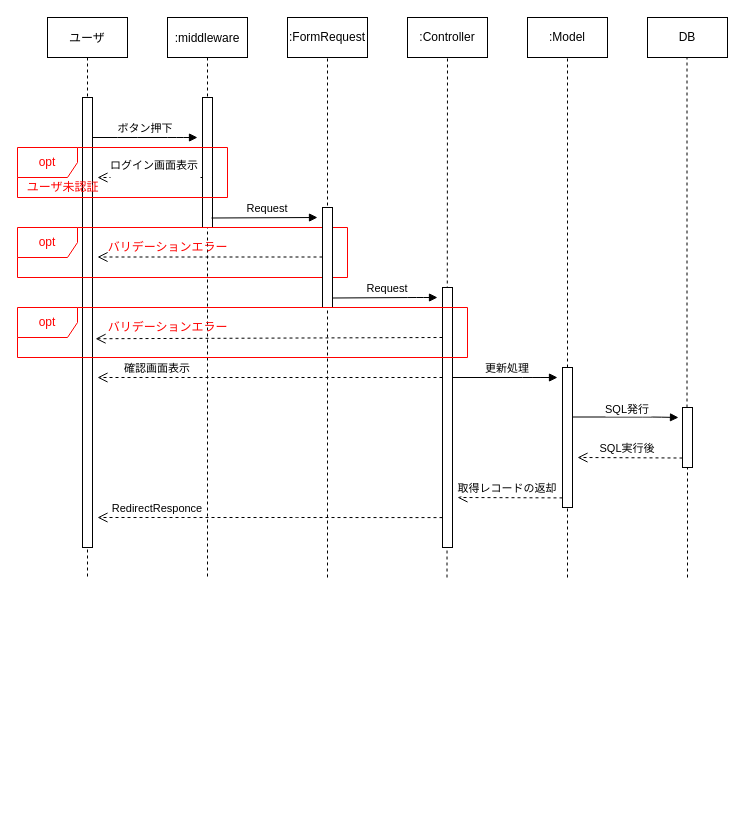
Earlier version of the draw.io diagram Untitled Diagram.drawio (OmaeHiroki/gizlog-Sequence). Source tidied: cells renumbered, new cells numbered last; positions are measured from the earlier drawing's top-left corner, leaving out a move shared by most shapes. Both pictures are drawn from the tidied source at 100%, with x=0, y=0 at pixel (17, 17).
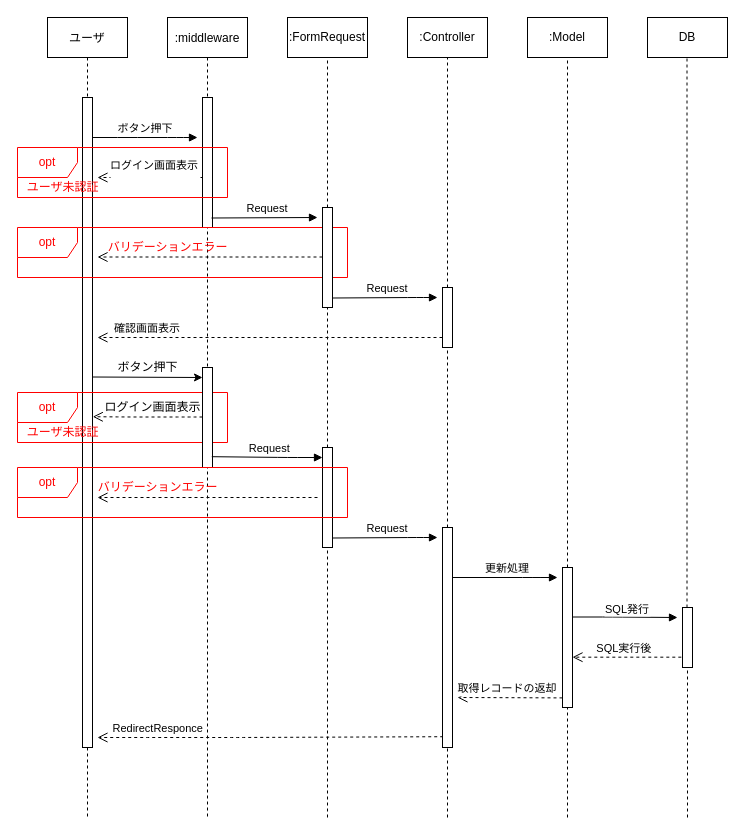
The same page after the edit.

The change refers to these unchanged cells:
```xml
<mxCell id="11" value=":FormRequest" style="rounded=0;whiteSpace=wrap;html=1;" parent="1" vertex="1">
  <mxGeometry x="270" width="80" height="40" as="geometry" />
</mxCell>
<mxCell id="12" value=":Controller" style="rounded=0;whiteSpace=wrap;html=1;" parent="1" vertex="1">
  <mxGeometry x="390" width="80" height="40" as="geometry" />
</mxCell>
```

Diff of the diagram source:
```diff
@@
     <mxCell id="2" value="ユーザ" style="shape=umlLifeline;perimeter=lifelinePerimeter;rounded=0;shadow=0;strokeWidth=1;" parent="1" vertex="1">
-      <mxGeometry x="30" width="80" height="560" as="geometry" />
+      <mxGeometry x="30" width="80" height="800" as="geometry" />
     </mxCell>
     <mxCell id="3" style="points=[];perimeter=orthogonalPerimeter;rounded=0;shadow=0;strokeWidth=1;" parent="2" vertex="1">
-      <mxGeometry x="35" y="80" width="10" height="450" as="geometry" />
+      <mxGeometry x="35" y="80" width="10" height="650" as="geometry" />
     </mxCell>
+    <mxCell id="38" value="&lt;font color=&quot;#ff0000&quot;&gt;ユーザ未認証&lt;/font&gt;" style="text;html=1;align=center;verticalAlign=middle;fillColor=none;strokeColor=none;rounded=0;shadow=0;" parent="2" vertex="1">
+      <mxGeometry x="-30" y="405" width="90" height="20" as="geometry" />
+    </mxCell>
+    <mxCell id="39" value="&lt;font color=&quot;#ff0000&quot;&gt;opt&lt;/font&gt;" style="shape=umlFrame;whiteSpace=wrap;html=1;strokeColor=#FF0000;shadow=0;" parent="2" vertex="1">
+      <mxGeometry x="-30" y="375" width="210" height="50" as="geometry" />
+    </mxCell>
     <mxCell id="4" value=":middleware" style="shape=umlLifeline;perimeter=lifelinePerimeter;rounded=0;shadow=0;strokeWidth=1;" parent="1" vertex="1">
-      <mxGeometry x="150" width="80" height="560" as="geometry" />
+      <mxGeometry x="150" width="80" height="800" as="geometry" />
     </mxCell>
+    <mxCell id="40" style="points=[];perimeter=orthogonalPerimeter;rounded=0;shadow=0;strokeWidth=1;" parent="4" vertex="1">
+      <mxGeometry x="35" y="350" width="10" height="100" as="geometry" />
+    </mxCell>
@@
+    <mxCell id="37" value="バリデーションエラー" style="text;html=1;align=center;verticalAlign=middle;points=[];fillColor=none;strokeColor=none;rounded=0;shadow=0;fontFamily=Helvetica;fontSize=12;fontColor=#FF0000;" parent="4" vertex="1">
+      <mxGeometry x="-80" y="460" width="140" height="20" as="geometry" />
+    </mxCell>
+    <mxCell id="41" style="points=[];perimeter=orthogonalPerimeter;rounded=0;shadow=0;strokeWidth=1;" parent="4" vertex="1">
+      <mxGeometry x="155" y="430" width="10" height="100" as="geometry" />
+    </mxCell>
+    <mxCell id="42" style="endArrow=classic;html=1;rounded=0;fontFamily=Helvetica;fontSize=12;fontColor=#FF0000;strokeColor=#000000;exitX=1.024;exitY=0.43;exitDx=0;exitDy=0;exitPerimeter=0;" parent="4" edge="1" source="3">
+      <mxGeometry relative="1" as="geometry">
+        <mxPoint x="35" y="360" as="targetPoint" />
+      </mxGeometry>
+    </mxCell>
+    <mxCell id="43" style="verticalAlign=bottom;endArrow=open;dashed=1;endSize=8;shadow=0;strokeWidth=1;entryX=-0.043;entryY=0.96;entryDx=0;entryDy=0;entryPerimeter=0;" parent="4" edge="1" target="49">
+      <mxGeometry x="0.24" y="240" relative="1" as="geometry">
+        <mxPoint x="35" y="399.5" as="sourcePoint" />
+        <Array as="points">
+          <mxPoint x="20" y="399.5" />
+          <mxPoint x="-40" y="399.5" />
+        </Array>
+      </mxGeometry>
+    </mxCell>
+    <mxCell id="44" value="Request" style="verticalAlign=bottom;endArrow=block;shadow=0;strokeWidth=1;exitX=0.929;exitY=0.892;exitDx=0;exitDy=0;exitPerimeter=0;" parent="4" edge="1" source="40" target="41">
+      <mxGeometry x="0.05" relative="1" as="geometry">
+        <Array as="points">
+          <mxPoint x="120" y="440" />
+        </Array>
+      </mxGeometry>
+    </mxCell>
+    <mxCell id="35" value="&lt;font color=&quot;#ff0000&quot;&gt;opt&lt;/font&gt;" style="shape=umlFrame;whiteSpace=wrap;html=1;fillColor=#FFFFFF;strokeColor=#FF0000;" parent="4" vertex="1">
+      <mxGeometry x="-150" y="450" width="330" height="50" as="geometry" />
+    </mxCell>
@@
-    <mxCell id="15" style="endArrow=none;dashed=1;html=1;rounded=0;entryX=0.5;entryY=1;entryDx=0;entryDy=0;" parent="1" edge="1" target="11">
-      <mxGeometry relative="1" as="geometry">
-        <mxPoint x="310" y="560" as="sourcePoint" />
-      </mxGeometry>
+    <mxCell id="15" style="endArrow=none;dashed=1;html=1;rounded=0;entryX=0.5;entryY=1;entryDx=0;entryDy=0;startArrow=none;" parent="1" edge="1" source="41" target="11">
+      <mxGeometry relative="1" as="geometry" />
     </mxCell>
@@
-    <mxCell id="17" style="endArrow=none;dashed=1;html=1;rounded=0;entryX=0.5;entryY=1;entryDx=0;entryDy=0;" parent="1" edge="1" target="12">
-      <mxGeometry relative="1" as="geometry">
-        <mxPoint x="429.5" y="560" as="sourcePoint" />
-      </mxGeometry>
+    <mxCell id="17" style="endArrow=none;dashed=1;html=1;rounded=0;entryX=0.5;entryY=1;entryDx=0;entryDy=0;startArrow=none;" parent="1" edge="1" source="50" target="12">
+      <mxGeometry relative="1" as="geometry" />
     </mxCell>
@@
     <mxCell id="23" style="points=[];perimeter=orthogonalPerimeter;rounded=0;shadow=0;strokeWidth=1;" parent="1" vertex="1">
-      <mxGeometry x="425" y="270" width="10" height="260" as="geometry" />
+      <mxGeometry x="425" y="270" width="10" height="60" as="geometry" />
     </mxCell>
     <mxCell id="24" value="更新処理" style="verticalAlign=bottom;endArrow=block;shadow=0;strokeWidth=1;" parent="1" edge="1">
       <mxGeometry x="0.05" relative="1" as="geometry">
-        <mxPoint x="435" y="360" as="sourcePoint" />
-        <mxPoint x="540" y="360" as="targetPoint" />
+        <mxPoint x="435" y="560" as="sourcePoint" />
+        <mxPoint x="540" y="560" as="targetPoint" />
         <Array as="points">
-          <mxPoint x="515" y="360" />
+          <mxPoint x="515" y="560" />
         </Array>
       </mxGeometry>
     </mxCell>
-    <mxCell id="25" value="SQL発行" style="verticalAlign=bottom;endArrow=block;shadow=0;strokeWidth=1;entryX=-0.4;entryY=0.105;entryDx=0;entryDy=0;entryPerimeter=0;" parent="1" edge="1">
+    <mxCell id="25" value="SQL発行" style="verticalAlign=bottom;endArrow=block;shadow=0;strokeWidth=1;" parent="1" edge="1">
       <mxGeometry x="0.04" relative="1" as="geometry">
-        <mxPoint x="555" y="399.5" as="sourcePoint" />
-        <mxPoint x="661" y="400" as="targetPoint" />
+        <mxPoint x="555" y="599.5" as="sourcePoint" />
+        <mxPoint x="660" y="600" as="targetPoint" />
         <Array as="points">
-          <mxPoint x="635" y="399.5" />
+          <mxPoint x="595" y="599.5" />
         </Array>
         <mxPoint y="1" as="offset" />
       </mxGeometry>
     </mxCell>
-    <mxCell id="26" value="RedirectResponce" style="verticalAlign=bottom;endArrow=open;dashed=1;endSize=8;shadow=0;strokeWidth=1;exitX=0;exitY=0.885;exitDx=0;exitDy=0;exitPerimeter=0;" parent="1" edge="1" source="23">
+    <mxCell id="26" value="RedirectResponce" style="verticalAlign=bottom;endArrow=open;dashed=1;endSize=8;shadow=0;strokeWidth=1;exitX=0.071;exitY=0.951;exitDx=0;exitDy=0;exitPerimeter=0;" parent="1" edge="1" source="50">
       <mxGeometry x="0.65" relative="1" as="geometry">
-        <mxPoint x="80" y="500" as="targetPoint" />
+        <mxPoint x="80" y="720" as="targetPoint" />
         <Array as="points">
-          <mxPoint x="270" y="500" />
+          <mxPoint x="220" y="720" />
+          <mxPoint x="140" y="720" />
         </Array>
       </mxGeometry>
     </mxCell>
     <mxCell id="27" style="points=[];perimeter=orthogonalPerimeter;rounded=0;shadow=0;strokeWidth=1;" parent="1" vertex="1">
-      <mxGeometry x="545" y="350" width="10" height="140" as="geometry" />
+      <mxGeometry x="545" y="550" width="10" height="140" as="geometry" />
     </mxCell>
     <mxCell id="28" style="endArrow=none;dashed=1;html=1;rounded=0;" parent="1" edge="1" target="27">
       <mxGeometry relative="1" as="geometry">
-        <mxPoint x="550" y="560" as="sourcePoint" />
+        <mxPoint x="550" y="800" as="sourcePoint" />
       </mxGeometry>
     </mxCell>
     <mxCell id="29" style="points=[];perimeter=orthogonalPerimeter;rounded=0;shadow=0;strokeWidth=1;" parent="1" vertex="1">
-      <mxGeometry x="665" y="390" width="10" height="60" as="geometry" />
+      <mxGeometry x="665" y="590" width="10" height="60" as="geometry" />
     </mxCell>
     <mxCell id="30" style="endArrow=none;dashed=1;html=1;rounded=0;entryX=0.5;entryY=1;entryDx=0;entryDy=0;startArrow=none;" parent="1" edge="1" target="29">
       <mxGeometry relative="1" as="geometry">
-        <mxPoint x="670" y="560" as="sourcePoint" />
+        <mxPoint x="670" y="800" as="sourcePoint" />
       </mxGeometry>
     </mxCell>
-    <mxCell id="31" value="SQL実行後" style="verticalAlign=bottom;endArrow=open;dashed=1;endSize=8;shadow=0;strokeWidth=1;exitX=0;exitY=0.842;exitDx=0;exitDy=0;exitPerimeter=0;" parent="1" edge="1" source="29">
-      <mxGeometry x="0.05" relative="1" as="geometry">
-        <mxPoint x="560" y="440" as="targetPoint" />
-      </mxGeometry>
+    <mxCell id="31" value="SQL実行後" style="verticalAlign=bottom;endArrow=open;dashed=1;endSize=8;shadow=0;strokeWidth=1;exitX=-0.119;exitY=0.828;exitDx=0;exitDy=0;exitPerimeter=0;" parent="1" edge="1" source="29" target="27">
+      <mxGeometry x="0.05" relative="1" as="geometry" />
     </mxCell>
     <mxCell id="32" value="取得レコードの返却" style="verticalAlign=bottom;endArrow=open;dashed=1;endSize=8;exitX=0;exitY=0.344;shadow=0;strokeWidth=1;exitDx=0;exitDy=0;exitPerimeter=0;" parent="1" edge="1">
       <mxGeometry x="0.05" relative="1" as="geometry">
-        <mxPoint x="545" y="480.4" as="sourcePoint" />
-        <mxPoint x="440" y="480" as="targetPoint" />
+        <mxPoint x="545" y="680.4" as="sourcePoint" />
+        <mxPoint x="440" y="680" as="targetPoint" />
       </mxGeometry>
     </mxCell>
@@
     <mxCell id="34" value="確認画面表示" style="verticalAlign=bottom;endArrow=open;dashed=1;endSize=8;exitX=0;exitY=0.95;shadow=0;strokeWidth=1;" parent="1" edge="1">
-      <mxGeometry x="0.65" relative="1" as="geometry">
-        <mxPoint x="425" y="360" as="sourcePoint" />
-        <mxPoint x="80" y="360" as="targetPoint" />
+      <mxGeometry x="0.71" relative="1" as="geometry">
+        <mxPoint x="425" y="320" as="sourcePoint" />
+        <mxPoint x="80" y="320" as="targetPoint" />
       </mxGeometry>
     </mxCell>
-    <mxCell id="35" value="&lt;font color=&quot;#ff0000&quot;&gt;opt&lt;/font&gt;" style="shape=umlFrame;whiteSpace=wrap;html=1;fillColor=#FFFFFF;strokeColor=#FF0000;" parent="1" vertex="1">
-      <mxGeometry y="290" width="450" height="50" as="geometry" />
-    </mxCell>
-    <mxCell id="36" style="verticalAlign=bottom;endArrow=open;dashed=1;endSize=8;shadow=0;strokeWidth=1;entryX=-0.014;entryY=1.062;entryDx=0;entryDy=0;entryPerimeter=0;" parent="1" edge="1" target="37">
-      <mxGeometry x="0.38" relative="1" as="geometry">
-        <mxPoint x="425" y="320" as="sourcePoint" />
-      </mxGeometry>
-    </mxCell>
-    <mxCell id="37" value="バリデーションエラー" style="text;html=1;align=center;verticalAlign=middle;points=[];fillColor=none;strokeColor=none;rounded=0;shadow=0;fontFamily=Helvetica;fontSize=12;fontColor=#FF0000;" parent="1" vertex="1">
-      <mxGeometry x="80" y="300" width="140" height="20" as="geometry" />
-    </mxCell>
+    <mxCell id="45" style="endArrow=none;dashed=1;html=1;rounded=0;entryX=0.5;entryY=1;entryDx=0;entryDy=0;" parent="1" edge="1" target="41">
+      <mxGeometry relative="1" as="geometry">
+        <mxPoint x="310" y="800" as="sourcePoint" />
+      </mxGeometry>
+    </mxCell>
+    <mxCell id="46" value="Request" style="verticalAlign=bottom;endArrow=block;shadow=0;strokeWidth=1;exitX=1;exitY=0.905;exitDx=0;exitDy=0;exitPerimeter=0;" parent="1" edge="1">
+      <mxGeometry x="0.05" relative="1" as="geometry">
+        <mxPoint x="315" y="520.5" as="sourcePoint" />
+        <mxPoint x="420" y="520" as="targetPoint" />
+        <Array as="points">
+          <mxPoint x="400" y="520" />
+        </Array>
+      </mxGeometry>
+    </mxCell>
+    <mxCell id="47" style="verticalAlign=bottom;endArrow=open;dashed=1;endSize=8;shadow=0;strokeWidth=1;" parent="1" edge="1">
+      <mxGeometry x="0.38" relative="1" as="geometry">
+        <mxPoint x="300" y="480" as="sourcePoint" />
+        <mxPoint x="80" y="480" as="targetPoint" />
+        <Array as="points">
+          <mxPoint x="160" y="480" />
+        </Array>
+      </mxGeometry>
+    </mxCell>
+    <mxCell id="48" value="&lt;font color=&quot;#000000&quot;&gt;ボタン押下&lt;/font&gt;" style="text;html=1;align=center;verticalAlign=middle;fillColor=none;strokeColor=none;rounded=0;shadow=0;fontFamily=Helvetica;fontSize=12;fontColor=#FF0000;" parent="1" vertex="1">
+      <mxGeometry x="90" y="340" width="80" height="20" as="geometry" />
+    </mxCell>
+    <mxCell id="49" value="ログイン画面表示" style="text;html=1;align=center;verticalAlign=middle;points=[];fillColor=none;strokeColor=none;rounded=0;shadow=0;fontFamily=Helvetica;fontSize=12;fontColor=#000000;" parent="1" vertex="1">
+      <mxGeometry x="80" y="380" width="110" height="20" as="geometry" />
+    </mxCell>
+    <mxCell id="50" style="points=[];perimeter=orthogonalPerimeter;rounded=0;shadow=0;strokeWidth=1;" parent="1" vertex="1">
+      <mxGeometry x="425" y="510" width="10" height="220" as="geometry" />
+    </mxCell>
+    <mxCell id="51" style="endArrow=none;dashed=1;html=1;rounded=0;entryX=0.5;entryY=1;entryDx=0;entryDy=0;" parent="1" edge="1" target="50">
+      <mxGeometry relative="1" as="geometry">
+        <mxPoint x="430" y="800" as="sourcePoint" />
+      </mxGeometry>
+    </mxCell>
```
